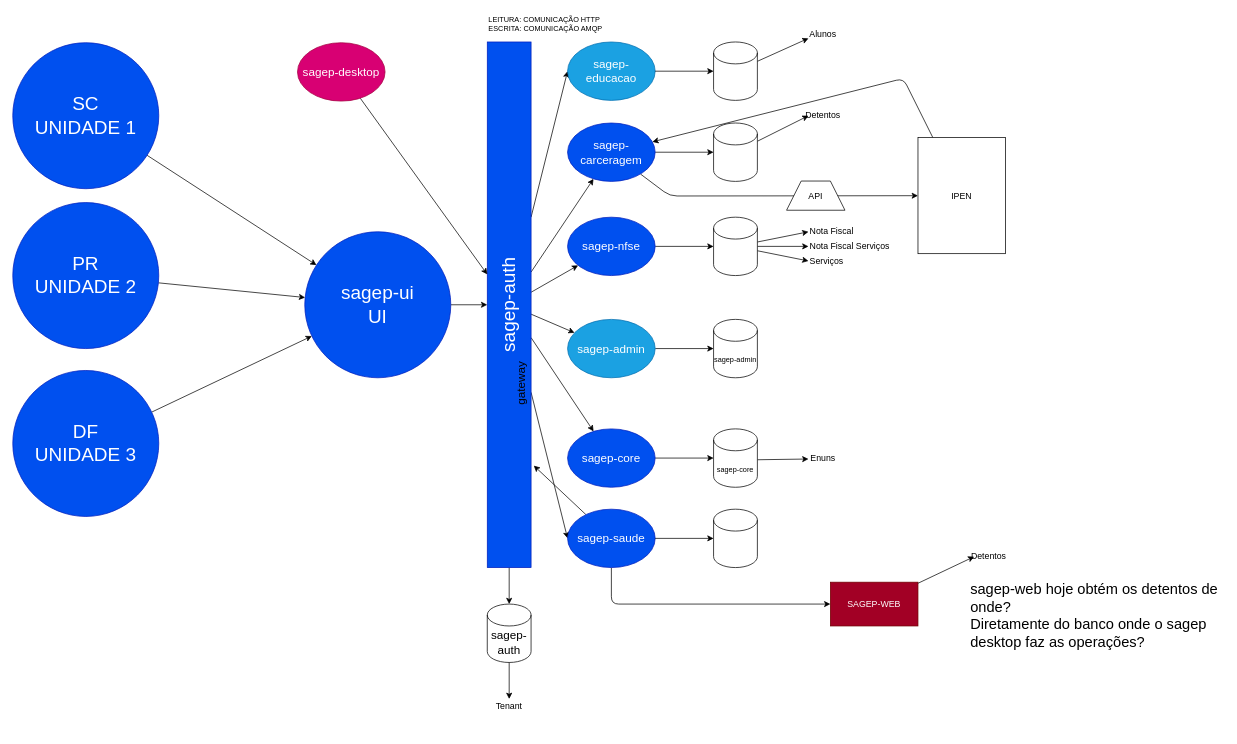
The draw.io diagram page "Copy of Arquitetura | Evolução" (5 of 13) of br-bit/RoadMap-2023.drawio in sigespweb22/project-manager, before the edit. Source tidied: cells renumbered, new cells numbered last; positions are measured from the earlier drawing's top-left corner, leaving out a move shared by most shapes. Both pictures are drawn from the tidied source at 73%, with x=0, y=0 at pixel (12, 12).
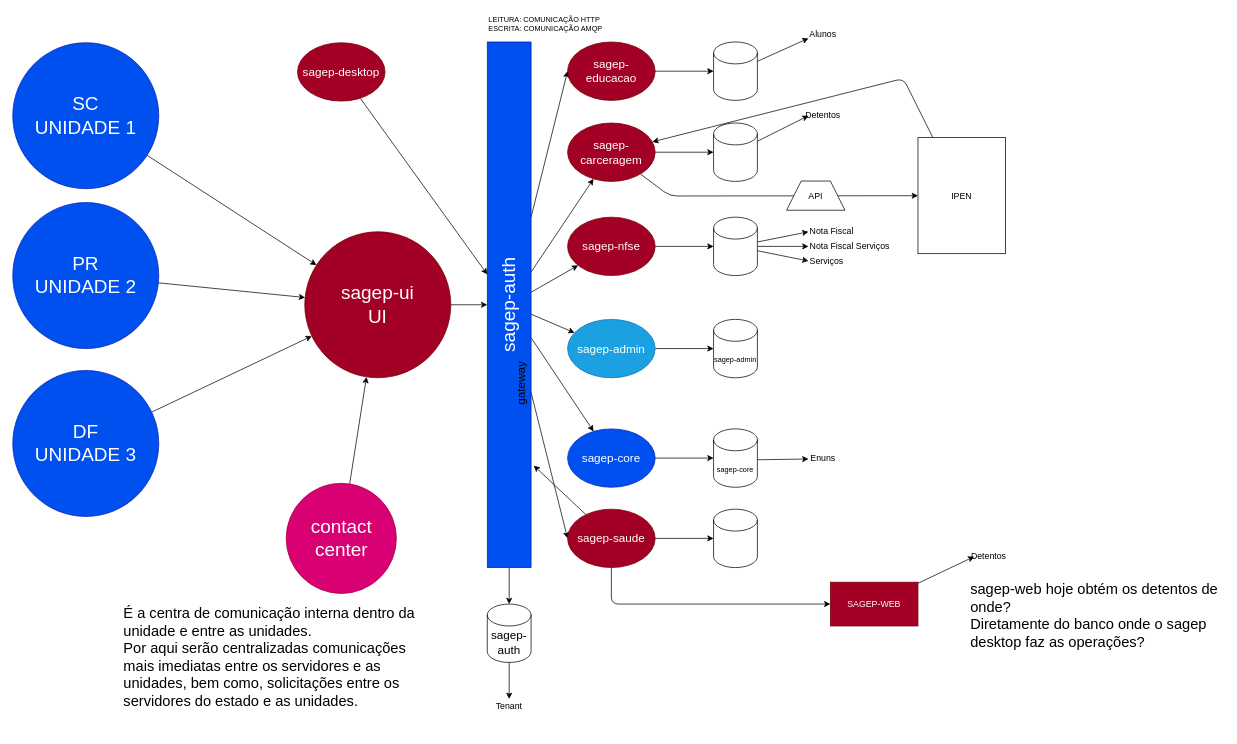
After the change.

The edit, as a diff of the source:
```diff
@@
-    <mxCell id="3" value="sagep-ui&lt;br&gt;UI" style="ellipse;whiteSpace=wrap;html=1;fillColor=#0050ef;fontColor=#ffffff;strokeColor=#001DBC;fontSize=26;" parent="1" vertex="1">
+    <mxCell id="3" value="sagep-ui&lt;br&gt;UI" style="ellipse;whiteSpace=wrap;html=1;fillColor=#a20025;fontColor=#ffffff;strokeColor=#6F0000;fontSize=26;" parent="1" vertex="1">
       <mxGeometry x="400" y="300" width="200" height="200" as="geometry" />
     </mxCell>
@@
-    <mxCell id="15" value="sagep-carceragem" style="ellipse;whiteSpace=wrap;html=1;fontSize=16;fillColor=#0050ef;fontColor=#ffffff;strokeColor=#001DBC;" parent="1" vertex="1">
+    <mxCell id="15" value="sagep-carceragem" style="ellipse;whiteSpace=wrap;html=1;fontSize=16;fillColor=#a20025;fontColor=#ffffff;strokeColor=#6F0000;" parent="1" vertex="1">
       <mxGeometry x="760" y="151" width="120" height="80" as="geometry" />
     </mxCell>
@@
-    <mxCell id="17" value="sagep-nfse" style="ellipse;whiteSpace=wrap;html=1;fontSize=16;fillColor=#0050ef;fontColor=#ffffff;strokeColor=#001DBC;" parent="1" vertex="1">
+    <mxCell id="17" value="sagep-nfse" style="ellipse;whiteSpace=wrap;html=1;fontSize=16;fillColor=#a20025;fontColor=#ffffff;strokeColor=#6F0000;" parent="1" vertex="1">
       <mxGeometry x="760" y="280" width="120" height="80" as="geometry" />
     </mxCell>
@@
-    <mxCell id="29" value="sagep-educacao" style="ellipse;whiteSpace=wrap;html=1;fontSize=16;fillColor=#1ba1e2;fontColor=#ffffff;strokeColor=#006EAF;" parent="1" vertex="1">
+    <mxCell id="29" value="sagep-educacao" style="ellipse;whiteSpace=wrap;html=1;fontSize=16;fillColor=#a20025;fontColor=#ffffff;strokeColor=#6F0000;" parent="1" vertex="1">
       <mxGeometry x="760" y="40" width="120" height="80" as="geometry" />
     </mxCell>
@@
-    <mxCell id="35" value="sagep-saude" style="ellipse;whiteSpace=wrap;html=1;fontSize=16;fillColor=#0050ef;fontColor=#ffffff;strokeColor=#001DBC;" parent="1" vertex="1">
+    <mxCell id="35" value="sagep-saude" style="ellipse;whiteSpace=wrap;html=1;fontSize=16;fillColor=#a20025;fontColor=#ffffff;strokeColor=#6F0000;" parent="1" vertex="1">
       <mxGeometry x="760" y="680" width="120" height="80" as="geometry" />
     </mxCell>
@@
-    <mxCell id="60" value="sagep-desktop" style="ellipse;whiteSpace=wrap;html=1;fontSize=16;fillColor=#d80073;fontColor=#ffffff;strokeColor=#A50040;" parent="1" vertex="1">
+    <mxCell id="60" value="sagep-desktop" style="ellipse;whiteSpace=wrap;html=1;fontSize=16;fillColor=#a20025;fontColor=#ffffff;strokeColor=#6F0000;" parent="1" vertex="1">
       <mxGeometry x="390" y="41" width="120" height="80" as="geometry" />
     </mxCell>
@@
+    <mxCell id="65" style="edgeStyle=none;html=1;fontSize=20;" parent="1" edge="1" source="66" target="3">
+      <mxGeometry relative="1" as="geometry" />
+    </mxCell>
+    <mxCell id="66" value="contact&lt;br&gt;center" style="ellipse;whiteSpace=wrap;html=1;fillColor=#d80073;fontColor=#ffffff;strokeColor=#A50040;fontSize=26;" parent="1" vertex="1">
+      <mxGeometry x="374.5" y="644.5" width="151" height="151" as="geometry" />
+    </mxCell>
+    <mxCell id="67" value="É a centra de comunicação interna dentro da unidade e entre as unidades.&amp;nbsp;&lt;br&gt;Por aqui serão centralizadas comunicações mais imediatas entre os servidores e as unidades, bem como, solicitações entre os servidores do estado e as unidades." style="text;html=1;strokeColor=none;fillColor=none;align=left;verticalAlign=middle;whiteSpace=wrap;rounded=0;fontSize=20;" parent="1" vertex="1">
+      <mxGeometry x="150" y="780" width="410" height="204.5" as="geometry" />
+    </mxCell>
```
